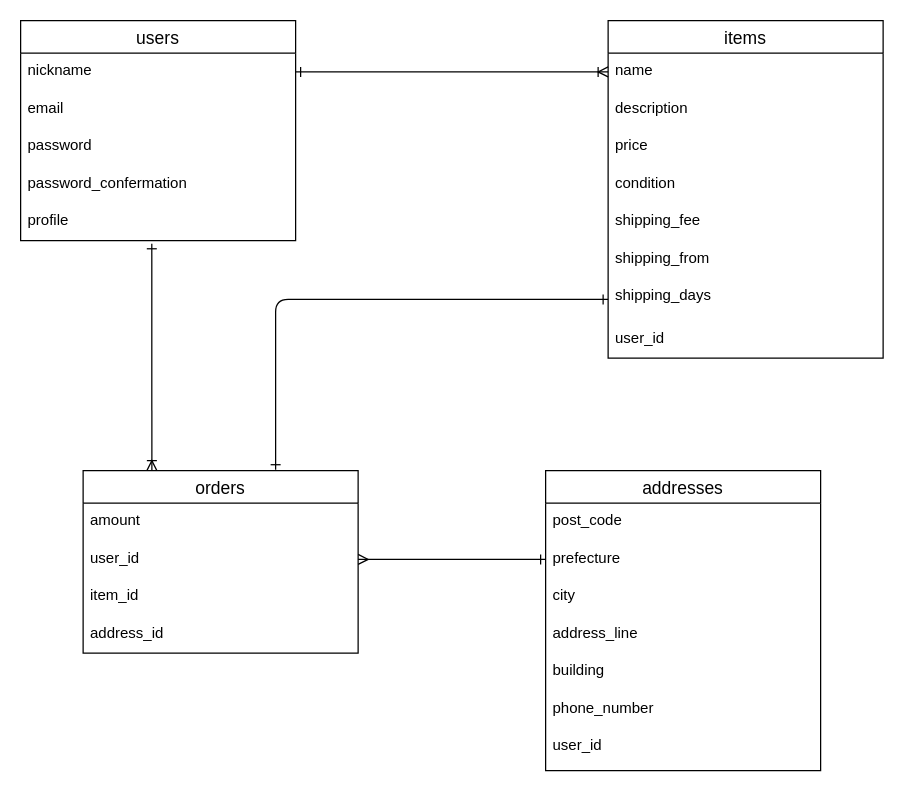
Before: furima.dio in dr122/furima-40867, a draw.io diagram. Source tidied: cells renumbered, new cells numbered last; positions are measured from the earlier drawing's top-left corner, leaving out a move shared by most shapes. Both pictures are drawn from the tidied source at 125%, with x=0, y=0 at pixel (20, 20).
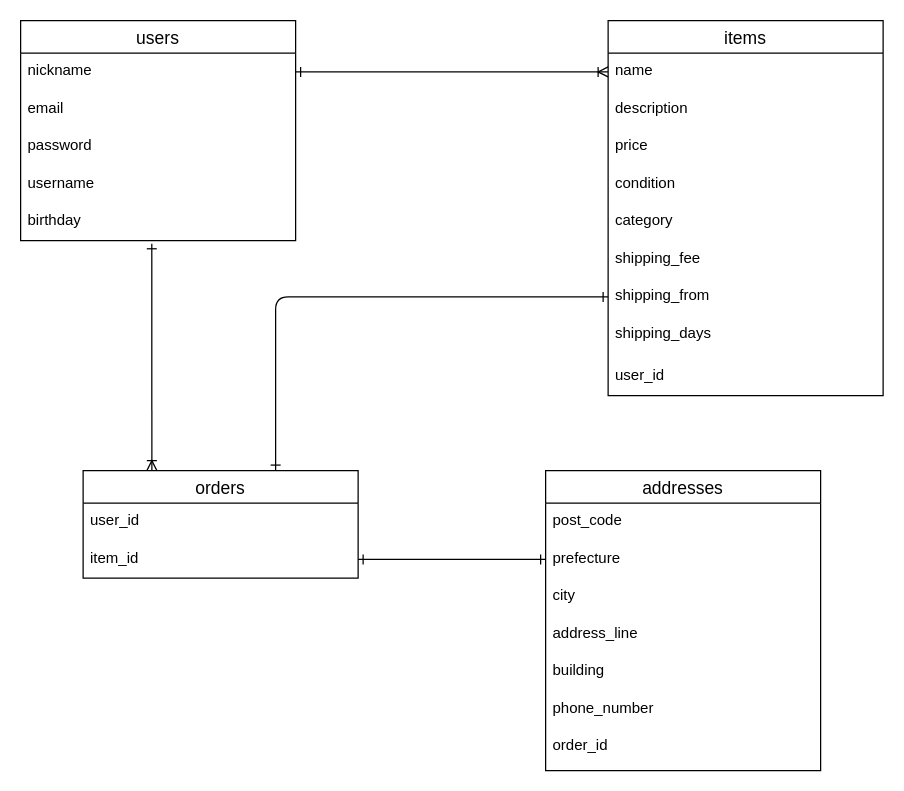
The same diagram, later.

Unchanged cells that the change refers to:
```xml
<mxCell id="2" value="users" style="swimlane;fontStyle=0;horizontal=1;startSize=26;align=center;fontSize=14;strokeWidth=1;fillColor=default;" parent="1" vertex="1">
  <mxGeometry width="220" height="176" as="geometry" />
</mxCell>
<mxCell id="24" value="addresses" style="swimlane;fontStyle=0;horizontal=1;startSize=26;align=center;fontSize=14;strokeWidth=1;fillColor=default;" parent="1" vertex="1">
  <mxGeometry x="420" y="360" width="220" height="240" as="geometry" />
</mxCell>
<mxCell id="26" value="prefecture" style="text;strokeColor=none;fillColor=none;spacingLeft=4;spacingRight=4;overflow=hidden;points=[[0,0.5],[1,0.5]];portConstraint=eastwest;fontSize=12;strokeWidth=1;" parent="24" vertex="1">
  <mxGeometry y="56" width="220" height="30" as="geometry" />
</mxCell>
```

What changed in the source:
```diff
@@
-    <mxCell id="6" value="password_confermation" style="text;strokeColor=none;fillColor=none;spacingLeft=4;spacingRight=4;overflow=hidden;fontSize=12;strokeWidth=1;" parent="2" vertex="1">
+    <mxCell id="6" value="username" style="text;strokeColor=none;fillColor=none;spacingLeft=4;spacingRight=4;overflow=hidden;fontSize=12;strokeWidth=1;" parent="2" vertex="1">
       <mxGeometry y="116" width="220" height="30" as="geometry" />
     </mxCell>
-    <mxCell id="7" value="profile" style="text;strokeColor=none;fillColor=none;spacingLeft=4;spacingRight=4;overflow=hidden;points=[[0,0.5],[1,0.5]];portConstraint=eastwest;fontSize=12;strokeWidth=1;" parent="2" vertex="1">
+    <mxCell id="7" value="birthday" style="text;strokeColor=none;fillColor=none;spacingLeft=4;spacingRight=4;overflow=hidden;points=[[0,0.5],[1,0.5]];portConstraint=eastwest;fontSize=12;strokeWidth=1;" parent="2" vertex="1">
       <mxGeometry y="146" width="220" height="30" as="geometry" />
     </mxCell>
     <mxCell id="8" value="items" style="swimlane;fontStyle=0;horizontal=1;startSize=26;align=center;fontSize=14;strokeWidth=1;fillColor=default;" parent="1" vertex="1">
-      <mxGeometry x="470" width="220" height="270" as="geometry" />
+      <mxGeometry x="470" width="220" height="300" as="geometry" />
     </mxCell>
@@
+    <mxCell id="34" value="category" style="text;strokeColor=none;fillColor=none;spacingLeft=4;spacingRight=4;overflow=hidden;fontSize=12;strokeWidth=1;" parent="8" vertex="1">
+      <mxGeometry y="146" width="220" height="30" as="geometry" />
+    </mxCell>
     <mxCell id="13" value="shipping_fee" style="text;strokeColor=none;fillColor=none;spacingLeft=4;spacingRight=4;overflow=hidden;fontSize=12;strokeWidth=1;" parent="8" vertex="1">
-      <mxGeometry y="146" width="220" height="30" as="geometry" />
+      <mxGeometry y="176" width="220" height="30" as="geometry" />
     </mxCell>
     <mxCell id="14" value="shipping_from" style="text;strokeColor=none;fillColor=none;spacingLeft=4;spacingRight=4;overflow=hidden;points=[[0,0.5],[1,0.5]];portConstraint=eastwest;fontSize=12;strokeWidth=1;" parent="8" vertex="1">
-      <mxGeometry y="176" width="220" height="30" as="geometry" />
+      <mxGeometry y="206" width="220" height="30" as="geometry" />
     </mxCell>
     <mxCell id="15" value="shipping_days" style="text;strokeColor=none;fillColor=none;spacingLeft=4;spacingRight=4;overflow=hidden;points=[[0,0.5],[1,0.5]];portConstraint=eastwest;fontSize=12;strokeWidth=1;" parent="8" vertex="1">
-      <mxGeometry y="206" width="220" height="34" as="geometry" />
+      <mxGeometry y="236" width="220" height="34" as="geometry" />
     </mxCell>
     <mxCell id="16" value="user_id" style="text;strokeColor=none;fillColor=none;spacingLeft=4;spacingRight=4;overflow=hidden;fontSize=12;strokeWidth=1;" parent="8" vertex="1">
-      <mxGeometry y="240" width="220" height="30" as="geometry" />
+      <mxGeometry y="270" width="220" height="30" as="geometry" />
     </mxCell>
@@
-    <mxCell id="18" style="edgeStyle=orthogonalEdgeStyle;html=1;exitX=0.7;exitY=-0.005;exitDx=0;exitDy=0;entryX=0;entryY=0.5;entryDx=0;entryDy=0;startArrow=ERone;startFill=0;endArrow=ERone;endFill=0;exitPerimeter=0;" parent="1" edge="1" source="19" target="15">
+    <mxCell id="18" style="edgeStyle=orthogonalEdgeStyle;html=1;exitX=0.7;exitY=-0.005;exitDx=0;exitDy=0;entryX=0;entryY=0.5;entryDx=0;entryDy=0;startArrow=ERone;startFill=0;endArrow=ERone;endFill=0;exitPerimeter=0;" parent="1" edge="1" source="19" target="14">
       <mxGeometry relative="1" as="geometry" />
     </mxCell>
     <mxCell id="19" value="orders" style="swimlane;fontStyle=0;horizontal=1;startSize=26;align=center;fontSize=14;strokeWidth=1;fillColor=default;" parent="1" vertex="1">
-      <mxGeometry x="50" y="360" width="220" height="146" as="geometry" />
+      <mxGeometry x="50" y="360" width="220" height="86" as="geometry" />
     </mxCell>
-    <mxCell id="20" value="amount" style="text;strokeColor=none;fillColor=none;spacingLeft=4;spacingRight=4;overflow=hidden;fontSize=12;strokeWidth=1;" parent="19" vertex="1">
-      <mxGeometry y="26" width="220" height="30" as="geometry" />
-    </mxCell>
     <mxCell id="21" value="user_id" style="text;strokeColor=none;fillColor=none;spacingLeft=4;spacingRight=4;overflow=hidden;points=[[0,0.5],[1,0.5]];portConstraint=eastwest;fontSize=12;strokeWidth=1;" parent="19" vertex="1">
-      <mxGeometry y="56" width="220" height="30" as="geometry" />
+      <mxGeometry y="26" width="220" height="30" as="geometry" />
     </mxCell>
     <mxCell id="22" value="item_id" style="text;strokeColor=none;fillColor=none;spacingLeft=4;spacingRight=4;overflow=hidden;points=[[0,0.5],[1,0.5]];portConstraint=eastwest;fontSize=12;strokeWidth=1;" parent="19" vertex="1">
-      <mxGeometry y="86" width="220" height="30" as="geometry" />
+      <mxGeometry y="56" width="220" height="30" as="geometry" />
     </mxCell>
-    <mxCell id="23" value="address_id" style="text;strokeColor=none;fillColor=none;spacingLeft=4;spacingRight=4;overflow=hidden;fontSize=12;strokeWidth=1;" parent="19" vertex="1">
-      <mxGeometry y="116" width="220" height="30" as="geometry" />
-    </mxCell>
@@
-    <mxCell id="31" value="user_id" style="text;strokeColor=none;fillColor=none;spacingLeft=4;spacingRight=4;overflow=hidden;fontSize=12;strokeWidth=1;" parent="24" vertex="1">
+    <mxCell id="31" value="order_id" style="text;strokeColor=none;fillColor=none;spacingLeft=4;spacingRight=4;overflow=hidden;fontSize=12;strokeWidth=1;" parent="24" vertex="1">
       <mxGeometry y="206" width="220" height="34" as="geometry" />
     </mxCell>
@@
-    <mxCell id="33" style="edgeStyle=orthogonalEdgeStyle;html=1;exitX=0;exitY=0.5;exitDx=0;exitDy=0;entryX=1;entryY=0.5;entryDx=0;entryDy=0;startArrow=ERone;startFill=0;endArrow=ERmany;endFill=0;" parent="1" edge="1" source="26" target="21">
+    <mxCell id="33" style="edgeStyle=orthogonalEdgeStyle;html=1;exitX=0;exitY=0.5;exitDx=0;exitDy=0;entryX=1;entryY=0.5;entryDx=0;entryDy=0;startArrow=ERone;startFill=0;endArrow=ERone;endFill=0;" parent="1" edge="1" source="26" target="22">
       <mxGeometry relative="1" as="geometry" />
     </mxCell>
```
